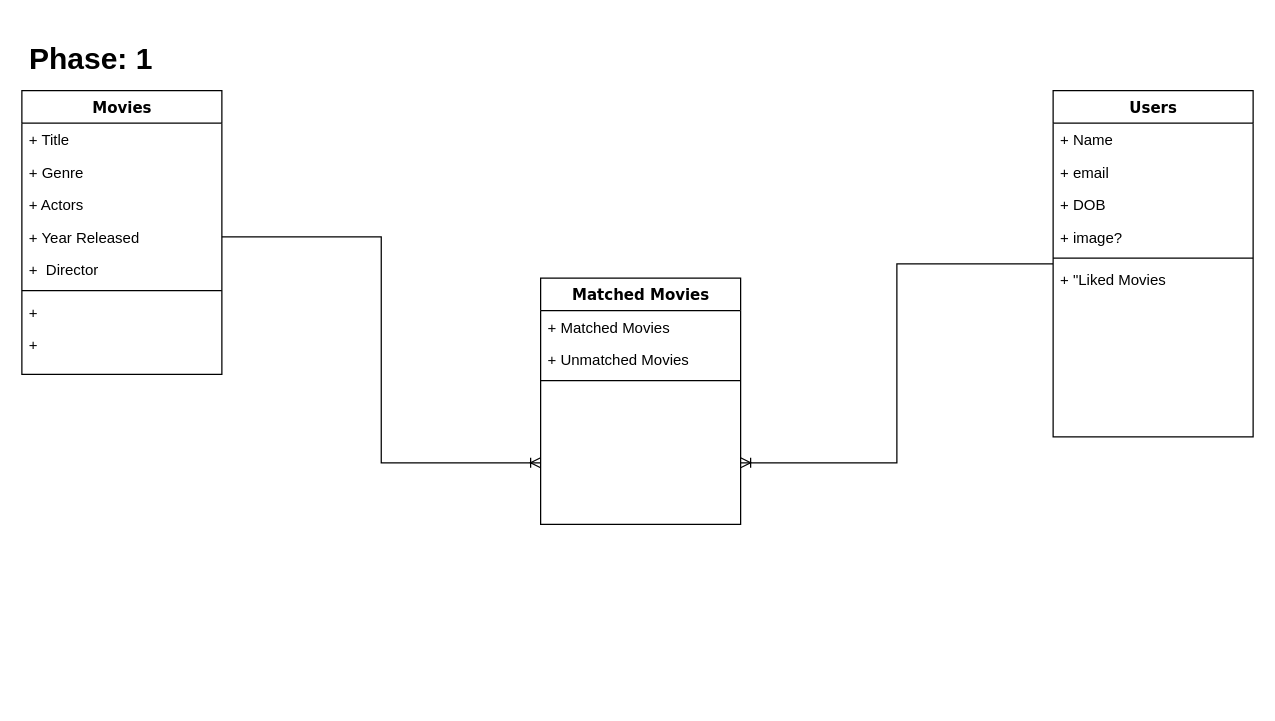
The draw.io diagram nextflix.drawio in Magowntown/nextflix, before the edit. Source tidied: cells renumbered, new cells numbered last; positions are measured from the earlier drawing's top-left corner, leaving out a move shared by most shapes. Both pictures are drawn from the tidied source at 125%, with x=0, y=0 at pixel (21, 28).
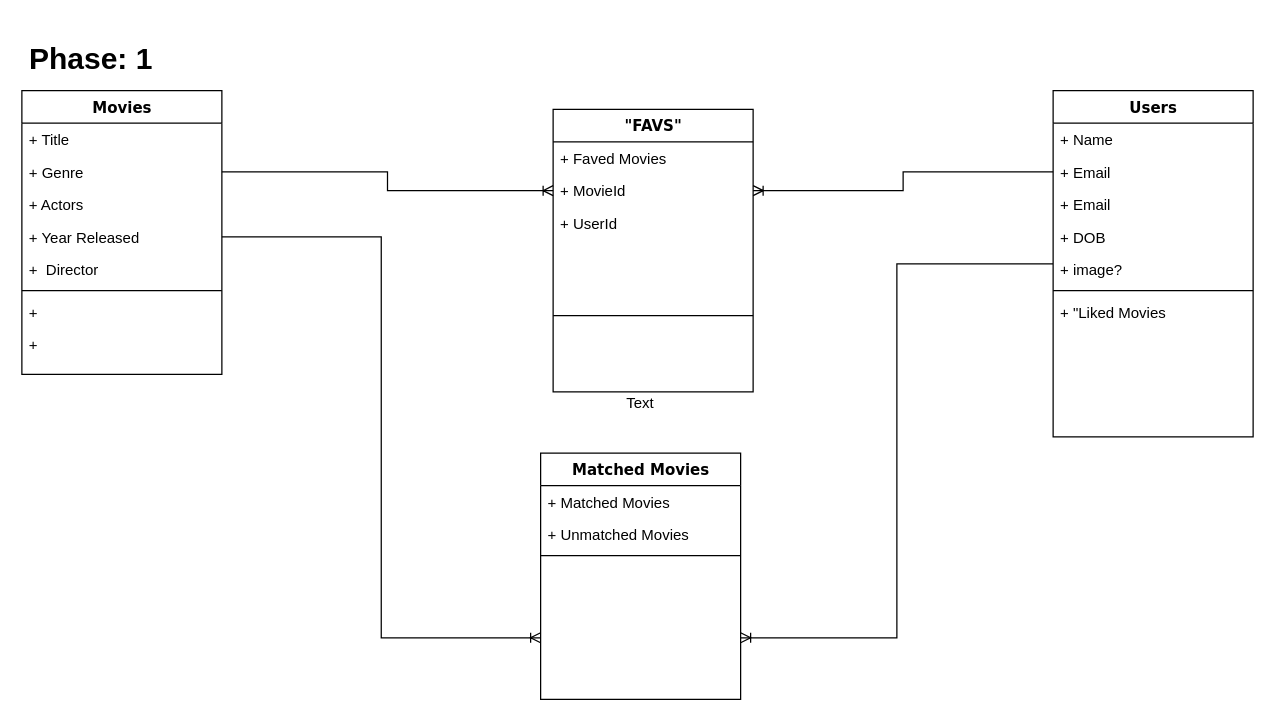
The same page after the edit.

Unchanged cells that the change refers to:
```xml
<mxCell id="4" value="+ Genre" style="text;html=1;strokeColor=none;fillColor=none;align=left;verticalAlign=top;spacingLeft=4;spacingRight=4;whiteSpace=wrap;overflow=hidden;points=[[0,0.5],[1,0.5]];portConstraint=eastwest;" parent="2" vertex="1">
  <mxGeometry y="52" width="160" height="26" as="geometry" />
</mxCell>
<mxCell id="12" value="Users" style="swimlane;html=1;fontStyle=1;align=center;verticalAlign=top;horizontal=1;startSize=26;swimlaneFillColor=#ffffff;rounded=0;shadow=0;comic=0;labelBackgroundColor=none;strokeWidth=1;fillColor=none;fontFamily=Verdana;fontSize=12;" parent="1" vertex="1">
  <mxGeometry x="825" y="50" width="160" height="277" as="geometry" />
</mxCell>
```

What changed in the source:
```diff
@@
+    <mxCell id="25" value="+ Email" style="text;html=1;strokeColor=none;fillColor=none;align=left;verticalAlign=top;spacingLeft=4;spacingRight=4;whiteSpace=wrap;overflow=hidden;points=[[0,0.5],[1,0.5]];portConstraint=eastwest;" parent="12" vertex="1">
+      <mxGeometry y="52" width="160" height="26" as="geometry" />
+    </mxCell>
-    <mxCell id="14" value="+ email" style="text;html=1;strokeColor=none;fillColor=none;align=left;verticalAlign=top;spacingLeft=4;spacingRight=4;whiteSpace=wrap;overflow=hidden;" parent="12" vertex="1">
-      <mxGeometry y="52" width="160" height="26" as="geometry" />
+    <mxCell id="14" value="+ Email" style="text;html=1;strokeColor=none;fillColor=none;align=left;verticalAlign=top;spacingLeft=4;spacingRight=4;whiteSpace=wrap;overflow=hidden;" parent="12" vertex="1">
+      <mxGeometry y="78" width="160" height="26" as="geometry" />
     </mxCell>
     <mxCell id="15" value="+ DOB" style="text;html=1;strokeColor=none;fillColor=none;align=left;verticalAlign=top;spacingLeft=4;spacingRight=4;whiteSpace=wrap;overflow=hidden;" parent="12" vertex="1">
-      <mxGeometry y="78" width="160" height="26" as="geometry" />
+      <mxGeometry y="104" width="160" height="26" as="geometry" />
     </mxCell>
     <mxCell id="16" value="+ image?" style="text;html=1;strokeColor=none;fillColor=none;align=left;verticalAlign=top;spacingLeft=4;spacingRight=4;whiteSpace=wrap;overflow=hidden;" parent="12" vertex="1">
-      <mxGeometry y="104" width="160" height="26" as="geometry" />
+      <mxGeometry y="130" width="160" height="26" as="geometry" />
     </mxCell>
     <mxCell id="17" style="line;html=1;strokeWidth=1;fillColor=none;align=left;verticalAlign=middle;spacingTop=-1;spacingLeft=3;spacingRight=3;labelPosition=right;" parent="12" vertex="1">
-      <mxGeometry y="130" width="160" height="8" as="geometry" />
+      <mxGeometry y="156" width="160" height="8" as="geometry" />
     </mxCell>
     <mxCell id="18" value="+ &quot;Liked Movies" style="text;html=1;strokeColor=none;fillColor=none;align=left;verticalAlign=top;spacingLeft=4;spacingRight=4;whiteSpace=wrap;overflow=hidden;" parent="12" vertex="1">
-      <mxGeometry y="138" width="160" height="26" as="geometry" />
+      <mxGeometry y="164" width="160" height="26" as="geometry" />
     </mxCell>
     <mxCell id="19" value="Matched Movies" style="swimlane;html=1;fontStyle=1;align=center;verticalAlign=top;horizontal=1;startSize=26;swimlaneFillColor=#ffffff;rounded=0;shadow=0;comic=0;labelBackgroundColor=none;strokeWidth=1;fillColor=none;fontFamily=Verdana;fontSize=12;" parent="1" vertex="1">
-      <mxGeometry x="415" y="200" width="160" height="197" as="geometry" />
+      <mxGeometry x="415" y="340" width="160" height="197" as="geometry" />
     </mxCell>
@@
+    <mxCell id="26" value="&quot;FAVS&quot;" style="swimlane;html=1;fontStyle=1;align=center;verticalAlign=top;horizontal=1;startSize=26;swimlaneFillColor=#ffffff;rounded=0;shadow=0;comic=0;labelBackgroundColor=none;strokeWidth=1;fillColor=none;fontFamily=Verdana;fontSize=12;" parent="1" vertex="1">
+      <mxGeometry x="425" y="65" width="160" height="226" as="geometry" />
+    </mxCell>
+    <mxCell id="27" value="+ Faved Movies" style="text;html=1;strokeColor=none;fillColor=none;align=left;verticalAlign=top;spacingLeft=4;spacingRight=4;whiteSpace=wrap;overflow=hidden;" parent="26" vertex="1">
+      <mxGeometry y="26" width="160" height="26" as="geometry" />
+    </mxCell>
+    <mxCell id="28" value="+ MovieId" style="text;html=1;strokeColor=none;fillColor=none;align=left;verticalAlign=top;spacingLeft=4;spacingRight=4;whiteSpace=wrap;overflow=hidden;points=[[0,0.5],[1,0.5]];portConstraint=eastwest;" parent="26" vertex="1">
+      <mxGeometry y="52" width="160" height="26" as="geometry" />
+    </mxCell>
+    <mxCell id="29" value="+ UserId" style="text;html=1;strokeColor=none;fillColor=none;align=left;verticalAlign=top;spacingLeft=4;spacingRight=4;whiteSpace=wrap;overflow=hidden;" parent="26" vertex="1">
+      <mxGeometry y="78" width="160" height="26" as="geometry" />
+    </mxCell>
+    <mxCell id="30" style="line;html=1;strokeWidth=1;fillColor=none;align=left;verticalAlign=middle;spacingTop=-1;spacingLeft=3;spacingRight=3;labelPosition=right;" parent="26" vertex="1">
+      <mxGeometry y="104" width="160" height="122" as="geometry" />
+    </mxCell>
+    <mxCell id="31" style="edgeStyle=orthogonalEdgeStyle;rounded=0;jettySize=auto;html=1;endArrow=ERoneToMany;endFill=0;" parent="1" edge="1" source="25" target="28">
+      <mxGeometry relative="1" as="geometry" />
+    </mxCell>
+    <mxCell id="32" value="Text" style="text;html=1;strokeColor=none;fillColor=none;align=center;verticalAlign=middle;whiteSpace=wrap;rounded=0;" parent="1" vertex="1">
+      <mxGeometry x="475" y="290" width="40" height="20" as="geometry" />
+    </mxCell>
+    <mxCell id="33" style="edgeStyle=orthogonalEdgeStyle;rounded=0;jettySize=auto;html=1;entryX=0;entryY=0.5;entryDx=0;entryDy=0;endArrow=ERoneToMany;endFill=0;" parent="1" edge="1" source="4" target="28">
+      <mxGeometry relative="1" as="geometry" />
+    </mxCell>
```
